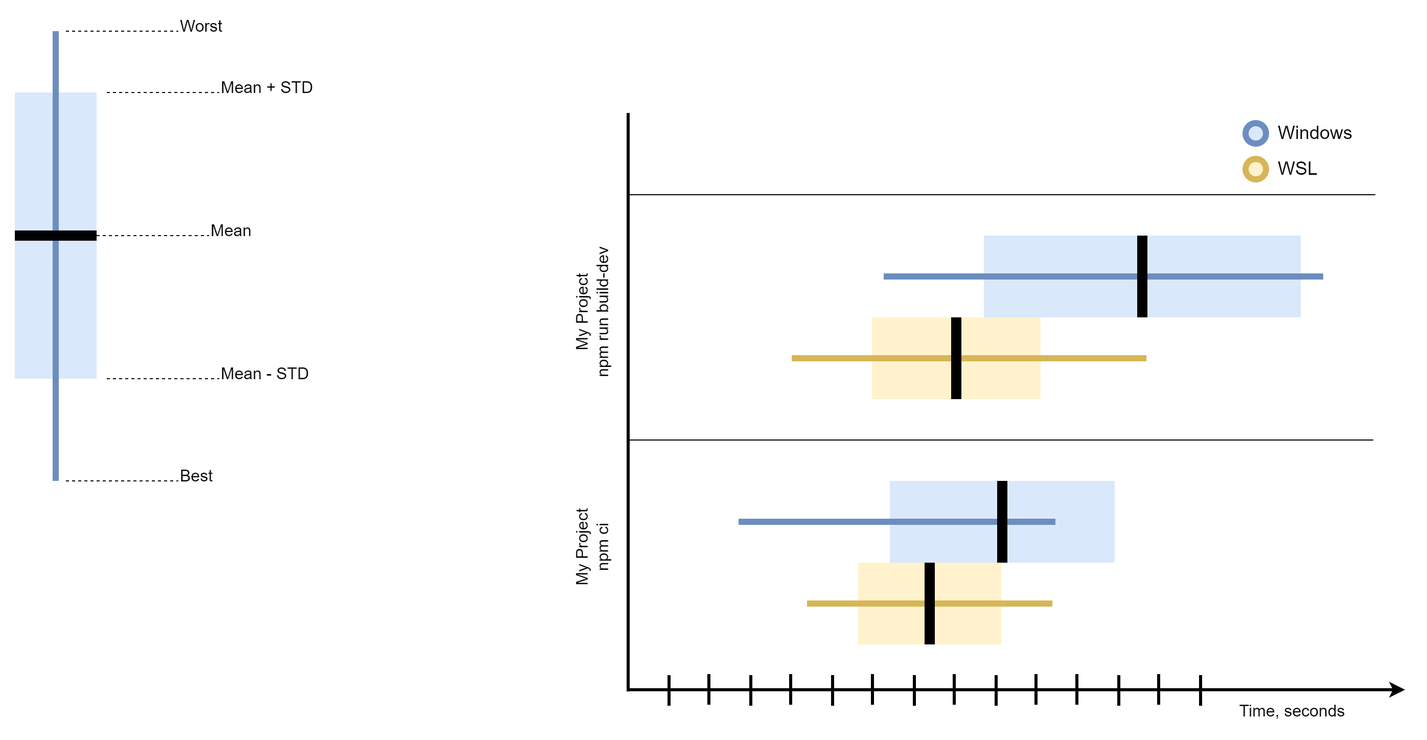
Above: design.png in Maxim-Mazurok/dev-bench (draw.io), before the change. Source tidied: cells renumbered, new cells last; positions are measured from the earlier drawing's top-left corner, leaving out a move shared by most shapes. Its diagram source:
```xml
<mxGraphModel>
  <root>
    <mxCell id="0" />
    <mxCell id="1" parent="0" />
    <mxCell id="2" style="rounded=0;whiteSpace=wrap;html=1;strokeWidth=6;fillColor=#dae8fc;glass=0;strokeColor=none;shadow=0;sketch=0;" parent="1" vertex="1">
      <mxGeometry y="80" width="80" height="280" as="geometry" />
    </mxCell>
    <mxCell id="3" style="endArrow=none;html=1;rounded=0;strokeWidth=6;fillColor=#dae8fc;strokeColor=#6c8ebf;" parent="1" edge="1">
      <mxGeometry relative="1" as="geometry">
        <mxPoint x="40" y="460" as="sourcePoint" />
        <mxPoint x="40" y="20" as="targetPoint" />
      </mxGeometry>
    </mxCell>
    <mxCell id="4" style="endArrow=none;dashed=1;html=1;rounded=0;strokeWidth=1;" parent="1" edge="1">
      <mxGeometry relative="1" as="geometry">
        <mxPoint x="50" y="20" as="sourcePoint" />
        <mxPoint x="160" y="20" as="targetPoint" />
      </mxGeometry>
    </mxCell>
    <mxCell id="5" value="Worst" style="text;html=1;strokeColor=none;fillColor=none;align=left;verticalAlign=middle;whiteSpace=wrap;rounded=0;fontSize=16;" parent="1" vertex="1">
      <mxGeometry x="160" width="60" height="30" as="geometry" />
    </mxCell>
    <mxCell id="6" style="endArrow=none;dashed=1;html=1;rounded=0;strokeWidth=1;" parent="1" edge="1">
      <mxGeometry relative="1" as="geometry">
        <mxPoint x="50" y="460" as="sourcePoint" />
        <mxPoint x="160" y="460" as="targetPoint" />
      </mxGeometry>
    </mxCell>
    <mxCell id="7" value="Best" style="text;html=1;strokeColor=none;fillColor=none;align=left;verticalAlign=middle;whiteSpace=wrap;rounded=0;fontSize=16;" parent="1" vertex="1">
      <mxGeometry x="160" y="440" width="60" height="30" as="geometry" />
    </mxCell>
    <mxCell id="8" style="endArrow=none;dashed=1;html=1;rounded=0;strokeWidth=1;" parent="1" edge="1">
      <mxGeometry relative="1" as="geometry">
        <mxPoint x="90" y="80" as="sourcePoint" />
        <mxPoint x="200" y="80" as="targetPoint" />
      </mxGeometry>
    </mxCell>
    <mxCell id="9" value="Mean + STD" style="text;html=1;strokeColor=none;fillColor=none;align=left;verticalAlign=middle;whiteSpace=wrap;rounded=0;fontSize=16;" parent="1" vertex="1">
      <mxGeometry x="200" y="60" width="130" height="30" as="geometry" />
    </mxCell>
    <mxCell id="10" style="endArrow=none;dashed=1;html=1;rounded=0;strokeWidth=1;" parent="1" edge="1">
      <mxGeometry relative="1" as="geometry">
        <mxPoint x="90" y="360" as="sourcePoint" />
        <mxPoint x="200" y="360" as="targetPoint" />
      </mxGeometry>
    </mxCell>
    <mxCell id="11" value="Mean - STD" style="text;html=1;strokeColor=none;fillColor=none;align=left;verticalAlign=middle;whiteSpace=wrap;rounded=0;fontSize=16;" parent="1" vertex="1">
      <mxGeometry x="200" y="340" width="130" height="30" as="geometry" />
    </mxCell>
    <mxCell id="12" style="endArrow=none;html=1;rounded=0;strokeWidth=10;fontSize=16;exitX=0;exitY=0.5;exitDx=0;exitDy=0;entryX=1;entryY=0.5;entryDx=0;entryDy=0;" parent="1" edge="1">
      <mxGeometry relative="1" as="geometry">
        <mxPoint y="220" as="sourcePoint" />
        <mxPoint x="80" y="220" as="targetPoint" />
      </mxGeometry>
    </mxCell>
    <mxCell id="13" style="endArrow=none;dashed=1;html=1;rounded=0;strokeWidth=1;" parent="1" edge="1">
      <mxGeometry relative="1" as="geometry">
        <mxPoint x="80" y="220" as="sourcePoint" />
        <mxPoint x="190" y="220" as="targetPoint" />
      </mxGeometry>
    </mxCell>
    <mxCell id="14" value="Mean" style="text;html=1;strokeColor=none;fillColor=none;align=left;verticalAlign=middle;whiteSpace=wrap;rounded=0;fontSize=16;" parent="1" vertex="1">
      <mxGeometry x="190" y="200" width="130" height="30" as="geometry" />
    </mxCell>
    <mxCell id="15" style="rounded=0;whiteSpace=wrap;html=1;strokeWidth=6;fillColor=#dae8fc;glass=0;strokeColor=none;shadow=0;sketch=0;rotation=90;" parent="1" vertex="1">
      <mxGeometry x="926" y="390" width="80" height="220" as="geometry" />
    </mxCell>
    <mxCell id="16" style="endArrow=none;html=1;rounded=0;strokeWidth=6;fillColor=#dae8fc;strokeColor=#6c8ebf;" parent="1" edge="1">
      <mxGeometry relative="1" as="geometry">
        <mxPoint x="708" y="500" as="sourcePoint" />
        <mxPoint x="1018" y="500" as="targetPoint" />
      </mxGeometry>
    </mxCell>
    <mxCell id="17" style="endArrow=none;html=1;rounded=0;strokeWidth=10;fontSize=16;exitX=0;exitY=0.5;exitDx=0;exitDy=0;entryX=1;entryY=0.5;entryDx=0;entryDy=0;" parent="1" edge="1" source="15" target="15">
      <mxGeometry relative="1" as="geometry" />
    </mxCell>
    <mxCell id="18" style="rounded=0;whiteSpace=wrap;html=1;strokeWidth=6;fillColor=#fff2cc;glass=0;strokeColor=none;shadow=0;sketch=0;rotation=90;" parent="1" vertex="1">
      <mxGeometry x="855" y="510" width="80" height="140" as="geometry" />
    </mxCell>
    <mxCell id="19" style="endArrow=none;html=1;rounded=0;strokeWidth=6;fillColor=#fff2cc;strokeColor=#d6b656;" parent="1" edge="1">
      <mxGeometry relative="1" as="geometry">
        <mxPoint x="775" y="580" as="sourcePoint" />
        <mxPoint x="1015" y="580" as="targetPoint" />
      </mxGeometry>
    </mxCell>
    <mxCell id="20" style="endArrow=none;html=1;rounded=0;strokeWidth=10;fontSize=16;exitX=0;exitY=0.5;exitDx=0;exitDy=0;entryX=1;entryY=0.5;entryDx=0;entryDy=0;" parent="1" edge="1" source="18" target="18">
      <mxGeometry relative="1" as="geometry" />
    </mxCell>
    <mxCell id="21" style="endArrow=classic;html=1;rounded=0;strokeWidth=3;fontSize=16;endFill=1;" parent="1" edge="1">
      <mxGeometry relative="1" as="geometry">
        <mxPoint x="600" y="664.3" as="sourcePoint" />
        <mxPoint x="1360" y="664.3" as="targetPoint" />
      </mxGeometry>
    </mxCell>
    <mxCell id="22" value="Time, seconds" style="text;html=1;strokeColor=none;fillColor=none;align=center;verticalAlign=middle;whiteSpace=wrap;rounded=0;shadow=0;glass=0;sketch=0;strokeWidth=6;fontSize=16;" parent="1" vertex="1">
      <mxGeometry x="1190" y="670" width="120" height="30" as="geometry" />
    </mxCell>
    <mxCell id="23" style="endArrow=none;html=1;rounded=0;strokeWidth=3;fontSize=16;" parent="1" edge="1">
      <mxGeometry relative="1" as="geometry">
        <mxPoint x="600" y="666" as="sourcePoint" />
        <mxPoint x="600" y="100" as="targetPoint" />
      </mxGeometry>
    </mxCell>
    <mxCell id="24" style="endArrow=none;html=1;rounded=0;strokeWidth=1;fontSize=16;" parent="1" edge="1">
      <mxGeometry relative="1" as="geometry">
        <mxPoint x="599" y="420" as="sourcePoint" />
        <mxPoint x="1329" y="420" as="targetPoint" />
      </mxGeometry>
    </mxCell>
    <mxCell id="25" style="endArrow=none;html=1;rounded=0;strokeWidth=1;fontSize=16;" parent="1" edge="1">
      <mxGeometry relative="1" as="geometry">
        <mxPoint x="601" y="180" as="sourcePoint" />
        <mxPoint x="1331" y="180" as="targetPoint" />
      </mxGeometry>
    </mxCell>
    <mxCell id="26" value="My Project&lt;br&gt;npm ci" style="text;html=1;strokeColor=none;fillColor=none;align=center;verticalAlign=middle;whiteSpace=wrap;rounded=0;shadow=0;glass=0;sketch=0;strokeWidth=6;fontSize=16;rotation=-90;" parent="1" vertex="1">
      <mxGeometry x="490" y="510" width="150" height="30" as="geometry" />
    </mxCell>
    <mxCell id="27" style="rounded=0;whiteSpace=wrap;html=1;strokeWidth=6;fillColor=#dae8fc;glass=0;strokeColor=none;shadow=0;sketch=0;rotation=90;" parent="1" vertex="1">
      <mxGeometry x="1063" y="105" width="80" height="310" as="geometry" />
    </mxCell>
    <mxCell id="28" style="endArrow=none;html=1;rounded=0;strokeWidth=6;fillColor=#dae8fc;strokeColor=#6c8ebf;" parent="1" edge="1">
      <mxGeometry relative="1" as="geometry">
        <mxPoint x="850" y="260" as="sourcePoint" />
        <mxPoint x="1280" y="260" as="targetPoint" />
      </mxGeometry>
    </mxCell>
    <mxCell id="29" style="endArrow=none;html=1;rounded=0;strokeWidth=10;fontSize=16;exitX=0;exitY=0.5;exitDx=0;exitDy=0;entryX=1;entryY=0.5;entryDx=0;entryDy=0;" parent="1" edge="1" source="27" target="27">
      <mxGeometry relative="1" as="geometry" />
    </mxCell>
    <mxCell id="30" style="rounded=0;whiteSpace=wrap;html=1;strokeWidth=6;fillColor=#fff2cc;glass=0;strokeColor=none;shadow=0;sketch=0;rotation=90;" parent="1" vertex="1">
      <mxGeometry x="881" y="257.5" width="80" height="165" as="geometry" />
    </mxCell>
    <mxCell id="31" style="endArrow=none;html=1;rounded=0;strokeWidth=6;fillColor=#fff2cc;strokeColor=#d6b656;" parent="1" edge="1">
      <mxGeometry relative="1" as="geometry">
        <mxPoint x="760" y="340" as="sourcePoint" />
        <mxPoint x="1107" y="340" as="targetPoint" />
      </mxGeometry>
    </mxCell>
    <mxCell id="32" style="endArrow=none;html=1;rounded=0;strokeWidth=10;fontSize=16;exitX=0;exitY=0.5;exitDx=0;exitDy=0;entryX=1;entryY=0.5;entryDx=0;entryDy=0;" parent="1" edge="1" source="30" target="30">
      <mxGeometry relative="1" as="geometry" />
    </mxCell>
    <mxCell id="33" value="My Project&lt;br&gt;npm run build-dev" style="text;html=1;strokeColor=none;fillColor=none;align=center;verticalAlign=middle;whiteSpace=wrap;rounded=0;shadow=0;glass=0;sketch=0;strokeWidth=6;fontSize=16;rotation=-90;" parent="1" vertex="1">
      <mxGeometry x="490" y="280" width="150" height="30" as="geometry" />
    </mxCell>
    <mxCell id="34" style="endArrow=none;html=1;rounded=0;strokeWidth=3;fontSize=16;endSize=6;" parent="1" edge="1">
      <mxGeometry relative="1" as="geometry">
        <mxPoint x="880" y="680" as="sourcePoint" />
        <mxPoint x="880" y="650" as="targetPoint" />
      </mxGeometry>
    </mxCell>
    <mxCell id="35" style="endArrow=none;html=1;rounded=0;strokeWidth=3;fontSize=16;endSize=6;" parent="1" edge="1">
      <mxGeometry relative="1" as="geometry">
        <mxPoint x="919" y="679" as="sourcePoint" />
        <mxPoint x="919" y="649" as="targetPoint" />
      </mxGeometry>
    </mxCell>
    <mxCell id="36" style="endArrow=none;html=1;rounded=0;strokeWidth=3;fontSize=16;endSize=6;" parent="1" edge="1">
      <mxGeometry relative="1" as="geometry">
        <mxPoint x="960" y="680" as="sourcePoint" />
        <mxPoint x="960" y="650" as="targetPoint" />
      </mxGeometry>
    </mxCell>
    <mxCell id="37" style="endArrow=none;html=1;rounded=0;strokeWidth=3;fontSize=16;endSize=6;" parent="1" edge="1">
      <mxGeometry relative="1" as="geometry">
        <mxPoint x="999" y="679" as="sourcePoint" />
        <mxPoint x="999" y="649" as="targetPoint" />
      </mxGeometry>
    </mxCell>
    <mxCell id="38" style="endArrow=none;html=1;rounded=0;strokeWidth=3;fontSize=16;endSize=6;" parent="1" edge="1">
      <mxGeometry relative="1" as="geometry">
        <mxPoint x="720" y="680" as="sourcePoint" />
        <mxPoint x="720" y="650" as="targetPoint" />
      </mxGeometry>
    </mxCell>
    <mxCell id="39" style="endArrow=none;html=1;rounded=0;strokeWidth=3;fontSize=16;endSize=6;" parent="1" edge="1">
      <mxGeometry relative="1" as="geometry">
        <mxPoint x="759" y="679" as="sourcePoint" />
        <mxPoint x="759" y="649" as="targetPoint" />
      </mxGeometry>
    </mxCell>
    <mxCell id="40" style="endArrow=none;html=1;rounded=0;strokeWidth=3;fontSize=16;endSize=6;" parent="1" edge="1">
      <mxGeometry relative="1" as="geometry">
        <mxPoint x="800" y="680" as="sourcePoint" />
        <mxPoint x="800" y="650" as="targetPoint" />
      </mxGeometry>
    </mxCell>
    <mxCell id="41" style="endArrow=none;html=1;rounded=0;strokeWidth=3;fontSize=16;endSize=6;" parent="1" edge="1">
      <mxGeometry relative="1" as="geometry">
        <mxPoint x="839" y="679" as="sourcePoint" />
        <mxPoint x="839" y="649" as="targetPoint" />
      </mxGeometry>
    </mxCell>
    <mxCell id="42" style="endArrow=none;html=1;rounded=0;strokeWidth=3;fontSize=16;endSize=6;" parent="1" edge="1">
      <mxGeometry relative="1" as="geometry">
        <mxPoint x="640" y="680" as="sourcePoint" />
        <mxPoint x="640" y="650" as="targetPoint" />
      </mxGeometry>
    </mxCell>
    <mxCell id="43" style="endArrow=none;html=1;rounded=0;strokeWidth=3;fontSize=16;endSize=6;" parent="1" edge="1">
      <mxGeometry relative="1" as="geometry">
        <mxPoint x="679" y="679" as="sourcePoint" />
        <mxPoint x="679" y="649" as="targetPoint" />
      </mxGeometry>
    </mxCell>
    <mxCell id="44" style="endArrow=none;html=1;rounded=0;strokeWidth=3;fontSize=16;endSize=6;" parent="1" edge="1">
      <mxGeometry relative="1" as="geometry">
        <mxPoint x="1080" y="680" as="sourcePoint" />
        <mxPoint x="1080" y="650" as="targetPoint" />
      </mxGeometry>
    </mxCell>
    <mxCell id="45" style="endArrow=none;html=1;rounded=0;strokeWidth=3;fontSize=16;endSize=6;" parent="1" edge="1">
      <mxGeometry relative="1" as="geometry">
        <mxPoint x="1119" y="679" as="sourcePoint" />
        <mxPoint x="1119" y="649" as="targetPoint" />
      </mxGeometry>
    </mxCell>
    <mxCell id="46" style="endArrow=none;html=1;rounded=0;strokeWidth=3;fontSize=16;endSize=6;" parent="1" edge="1">
      <mxGeometry relative="1" as="geometry">
        <mxPoint x="1160" y="680" as="sourcePoint" />
        <mxPoint x="1160" y="650" as="targetPoint" />
      </mxGeometry>
    </mxCell>
    <mxCell id="47" style="endArrow=none;html=1;rounded=0;strokeWidth=3;fontSize=16;endSize=6;" parent="1" edge="1">
      <mxGeometry relative="1" as="geometry">
        <mxPoint x="1039" y="679" as="sourcePoint" />
        <mxPoint x="1039" y="649" as="targetPoint" />
      </mxGeometry>
    </mxCell>
    <mxCell id="48" style="ellipse;whiteSpace=wrap;html=1;rounded=0;shadow=0;glass=0;sketch=0;strokeColor=#6c8ebf;strokeWidth=6;fontSize=16;fillColor=#dae8fc;" parent="1" vertex="1">
      <mxGeometry x="1204" y="110" width="20" height="20" as="geometry" />
    </mxCell>
    <mxCell id="49" style="ellipse;whiteSpace=wrap;html=1;rounded=0;shadow=0;glass=0;sketch=0;strokeColor=#d6b656;strokeWidth=6;fontSize=16;fillColor=#fff2cc;" parent="1" vertex="1">
      <mxGeometry x="1204" y="145" width="20" height="20" as="geometry" />
    </mxCell>
    <mxCell id="50" value="Windows" style="text;html=1;strokeColor=none;fillColor=none;align=left;verticalAlign=middle;whiteSpace=wrap;rounded=0;shadow=0;glass=0;sketch=0;strokeWidth=6;fontSize=18;" parent="1" vertex="1">
      <mxGeometry x="1234" y="105" width="100" height="30" as="geometry" />
    </mxCell>
    <mxCell id="51" value="WSL" style="text;html=1;strokeColor=none;fillColor=none;align=left;verticalAlign=middle;whiteSpace=wrap;rounded=0;shadow=0;glass=0;sketch=0;strokeWidth=6;fontSize=18;" parent="1" vertex="1">
      <mxGeometry x="1234" y="140" width="100" height="30" as="geometry" />
    </mxCell>
  </root>
</mxGraphModel>
```
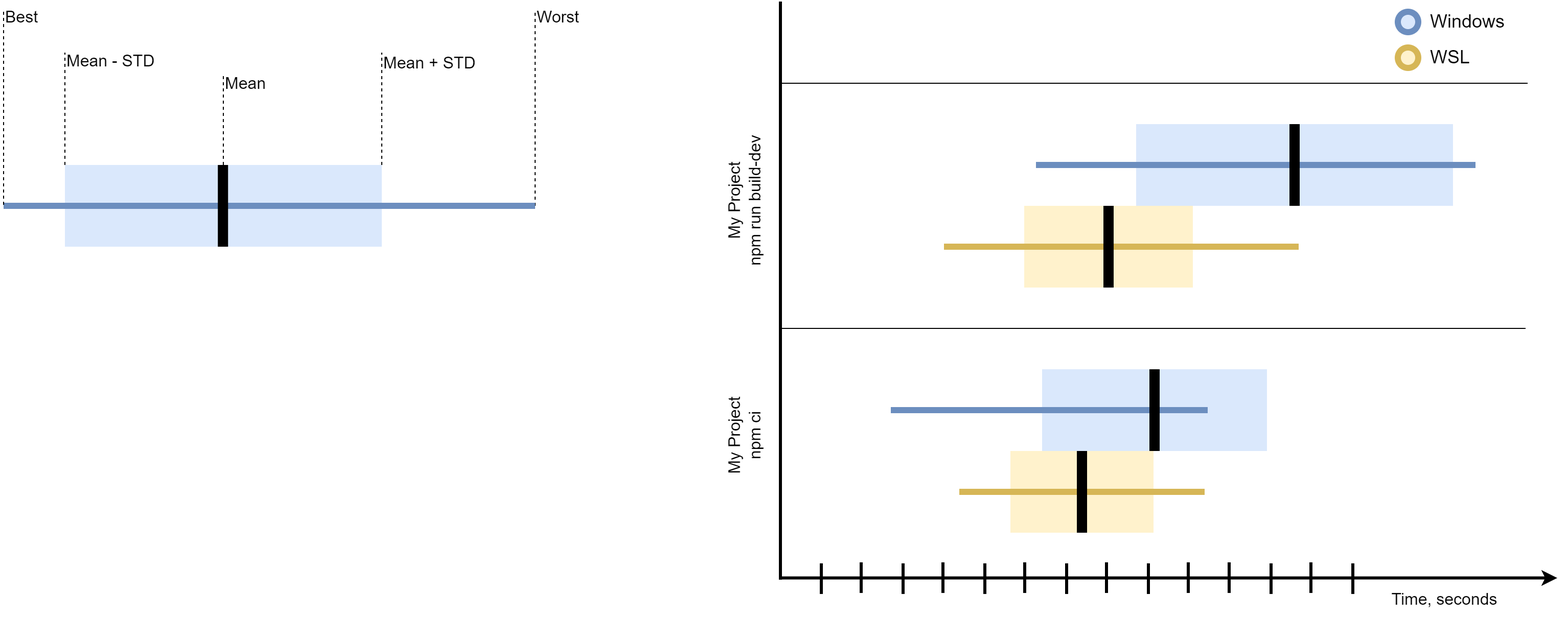
Above is the later version.

Commit message:
clarify design

What changed in the source:
```diff
@@ -2,65 +2,42 @@
   <root>
     <mxCell id="0" />
     <mxCell id="1" parent="0" />
-    <mxCell id="2" style="rounded=0;whiteSpace=wrap;html=1;strokeWidth=6;fillColor=#dae8fc;glass=0;strokeColor=none;shadow=0;sketch=0;" parent="1" vertex="1">
-      <mxGeometry y="80" width="80" height="280" as="geometry" />
-    </mxCell>
-    <mxCell id="3" style="endArrow=none;html=1;rounded=0;strokeWidth=6;fillColor=#dae8fc;strokeColor=#6c8ebf;" parent="1" edge="1">
-      <mxGeometry relative="1" as="geometry">
-        <mxPoint x="40" y="460" as="sourcePoint" />
-        <mxPoint x="40" y="20" as="targetPoint" />
-      </mxGeometry>
-    </mxCell>
     <mxCell id="4" style="endArrow=none;dashed=1;html=1;rounded=0;strokeWidth=1;" parent="1" edge="1">
       <mxGeometry relative="1" as="geometry">
-        <mxPoint x="50" y="20" as="sourcePoint" />
-        <mxPoint x="160" y="20" as="targetPoint" />
+        <mxPoint x="360" y="300" as="sourcePoint" />
+        <mxPoint x="360" y="110" as="targetPoint" />
       </mxGeometry>
     </mxCell>
     <mxCell id="5" value="Worst" style="text;html=1;strokeColor=none;fillColor=none;align=left;verticalAlign=middle;whiteSpace=wrap;rounded=0;fontSize=16;" parent="1" vertex="1">
-      <mxGeometry x="160" width="60" height="30" as="geometry" />
+      <mxGeometry x="360" y="100" width="60" height="30" as="geometry" />
     </mxCell>
-    <mxCell id="6" style="endArrow=none;dashed=1;html=1;rounded=0;strokeWidth=1;" parent="1" edge="1">
-      <mxGeometry relative="1" as="geometry">
-        <mxPoint x="50" y="460" as="sourcePoint" />
-        <mxPoint x="160" y="460" as="targetPoint" />
-      </mxGeometry>
-    </mxCell>
     <mxCell id="7" value="Best" style="text;html=1;strokeColor=none;fillColor=none;align=left;verticalAlign=middle;whiteSpace=wrap;rounded=0;fontSize=16;" parent="1" vertex="1">
-      <mxGeometry x="160" y="440" width="60" height="30" as="geometry" />
+      <mxGeometry x="-160" y="100" width="60" height="30" as="geometry" />
     </mxCell>
-    <mxCell id="8" style="endArrow=none;dashed=1;html=1;rounded=0;strokeWidth=1;" parent="1" edge="1">
+    <mxCell id="8" style="endArrow=none;dashed=1;html=1;rounded=0;strokeWidth=1;exitX=1;exitY=1;exitDx=0;exitDy=0;" parent="1" edge="1" source="2">
       <mxGeometry relative="1" as="geometry">
-        <mxPoint x="90" y="80" as="sourcePoint" />
-        <mxPoint x="200" y="80" as="targetPoint" />
+        <mxPoint x="210" y="150" as="targetPoint" />
       </mxGeometry>
     </mxCell>
     <mxCell id="9" value="Mean + STD" style="text;html=1;strokeColor=none;fillColor=none;align=left;verticalAlign=middle;whiteSpace=wrap;rounded=0;fontSize=16;" parent="1" vertex="1">
-      <mxGeometry x="200" y="60" width="130" height="30" as="geometry" />
+      <mxGeometry x="210" y="145" width="130" height="30" as="geometry" />
     </mxCell>
-    <mxCell id="10" style="endArrow=none;dashed=1;html=1;rounded=0;strokeWidth=1;" parent="1" edge="1">
+    <mxCell id="10" style="endArrow=none;dashed=1;html=1;rounded=0;strokeWidth=1;exitX=1;exitY=0;exitDx=0;exitDy=0;" parent="1" edge="1" source="2">
       <mxGeometry relative="1" as="geometry">
-        <mxPoint x="90" y="360" as="sourcePoint" />
-        <mxPoint x="200" y="360" as="targetPoint" />
+        <mxPoint x="-100" y="150" as="targetPoint" />
       </mxGeometry>
     </mxCell>
     <mxCell id="11" value="Mean - STD" style="text;html=1;strokeColor=none;fillColor=none;align=left;verticalAlign=middle;whiteSpace=wrap;rounded=0;fontSize=16;" parent="1" vertex="1">
-      <mxGeometry x="200" y="340" width="130" height="30" as="geometry" />
+      <mxGeometry x="-100" y="142.5" width="130" height="30" as="geometry" />
     </mxCell>
-    <mxCell id="12" style="endArrow=none;html=1;rounded=0;strokeWidth=10;fontSize=16;exitX=0;exitY=0.5;exitDx=0;exitDy=0;entryX=1;entryY=0.5;entryDx=0;entryDy=0;" parent="1" edge="1">
-      <mxGeometry relative="1" as="geometry">
-        <mxPoint y="220" as="sourcePoint" />
-        <mxPoint x="80" y="220" as="targetPoint" />
-      </mxGeometry>
-    </mxCell>
     <mxCell id="13" style="endArrow=none;dashed=1;html=1;rounded=0;strokeWidth=1;" parent="1" edge="1">
       <mxGeometry relative="1" as="geometry">
-        <mxPoint x="80" y="220" as="sourcePoint" />
-        <mxPoint x="190" y="220" as="targetPoint" />
+        <mxPoint x="55" y="260" as="sourcePoint" />
+        <mxPoint x="55" y="170" as="targetPoint" />
       </mxGeometry>
     </mxCell>
     <mxCell id="14" value="Mean" style="text;html=1;strokeColor=none;fillColor=none;align=left;verticalAlign=middle;whiteSpace=wrap;rounded=0;fontSize=16;" parent="1" vertex="1">
-      <mxGeometry x="190" y="200" width="130" height="30" as="geometry" />
+      <mxGeometry x="55" y="165" width="130" height="30" as="geometry" />
     </mxCell>
     <mxCell id="15" style="rounded=0;whiteSpace=wrap;html=1;strokeWidth=6;fillColor=#dae8fc;glass=0;strokeColor=none;shadow=0;sketch=0;rotation=90;" parent="1" vertex="1">
       <mxGeometry x="926" y="390" width="80" height="220" as="geometry" />
@@ -239,5 +216,26 @@
     <mxCell id="51" value="WSL" style="text;html=1;strokeColor=none;fillColor=none;align=left;verticalAlign=middle;whiteSpace=wrap;rounded=0;shadow=0;glass=0;sketch=0;strokeWidth=6;fontSize=18;" parent="1" vertex="1">
       <mxGeometry x="1234" y="140" width="100" height="30" as="geometry" />
     </mxCell>
+    <mxCell id="2" style="rounded=0;whiteSpace=wrap;html=1;strokeWidth=6;fillColor=#dae8fc;glass=0;strokeColor=none;shadow=0;sketch=0;rotation=-90;" parent="1" vertex="1">
+      <mxGeometry x="15" y="145" width="80" height="310" as="geometry" />
+    </mxCell>
+    <mxCell id="3" style="endArrow=none;html=1;rounded=0;strokeWidth=6;fillColor=#dae8fc;strokeColor=#6c8ebf;" parent="1" edge="1">
+      <mxGeometry relative="1" as="geometry">
+        <mxPoint x="360" y="300" as="sourcePoint" />
+        <mxPoint x="-160" y="300" as="targetPoint" />
+      </mxGeometry>
+    </mxCell>
+    <mxCell id="12" style="endArrow=none;html=1;rounded=0;strokeWidth=10;fontSize=16;exitX=0;exitY=0.5;exitDx=0;exitDy=0;entryX=1;entryY=0.5;entryDx=0;entryDy=0;" parent="1" edge="1">
+      <mxGeometry relative="1" as="geometry">
+        <mxPoint x="54.6" y="340" as="sourcePoint" />
+        <mxPoint x="54.6" y="260" as="targetPoint" />
+      </mxGeometry>
+    </mxCell>
+    <mxCell id="6" style="endArrow=none;dashed=1;html=1;rounded=0;strokeWidth=1;" parent="1" edge="1">
+      <mxGeometry relative="1" as="geometry">
+        <mxPoint x="-160" y="299" as="sourcePoint" />
+        <mxPoint x="-160" y="109" as="targetPoint" />
+      </mxGeometry>
+    </mxCell>
   </root>
 </mxGraphModel>
```
